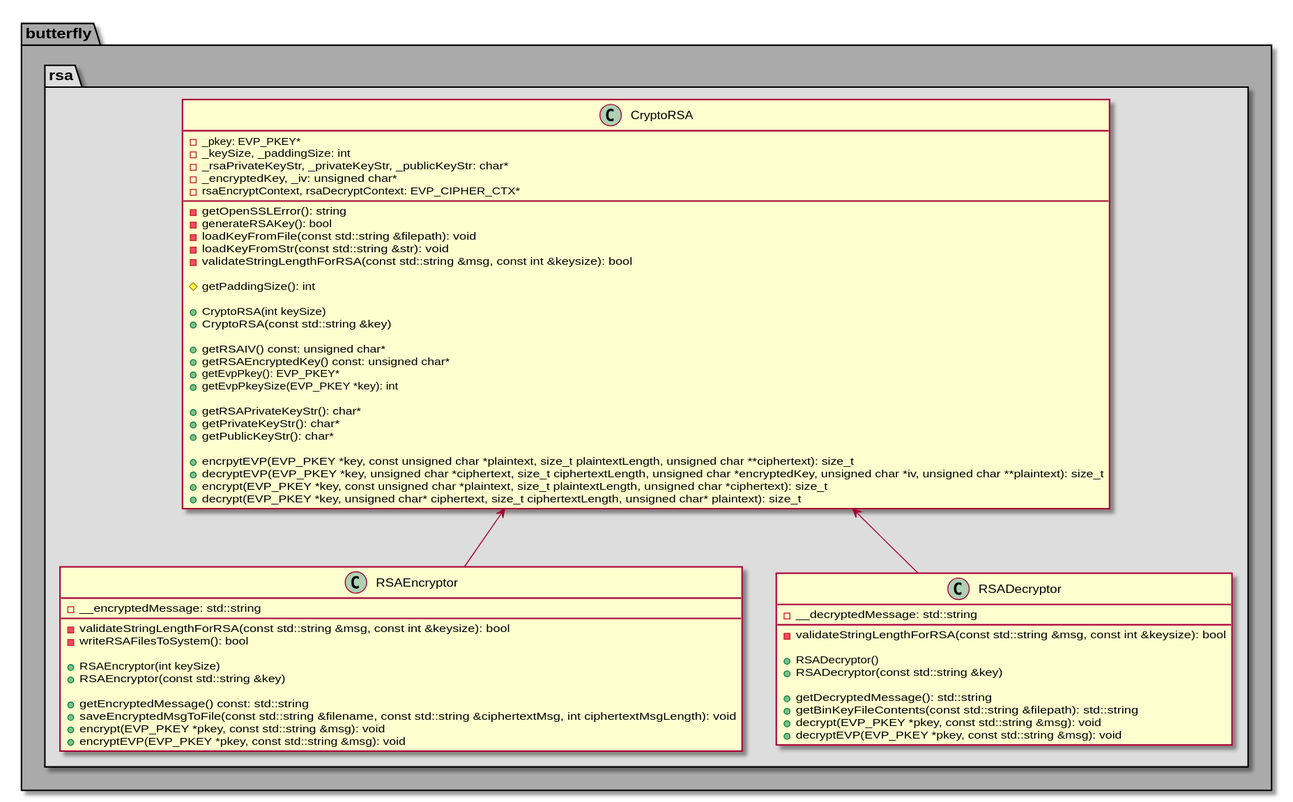
Above: architecture/class_diagrams/crypto/rsa.svg in bierschi/butterfly (PlantUML), before the change.
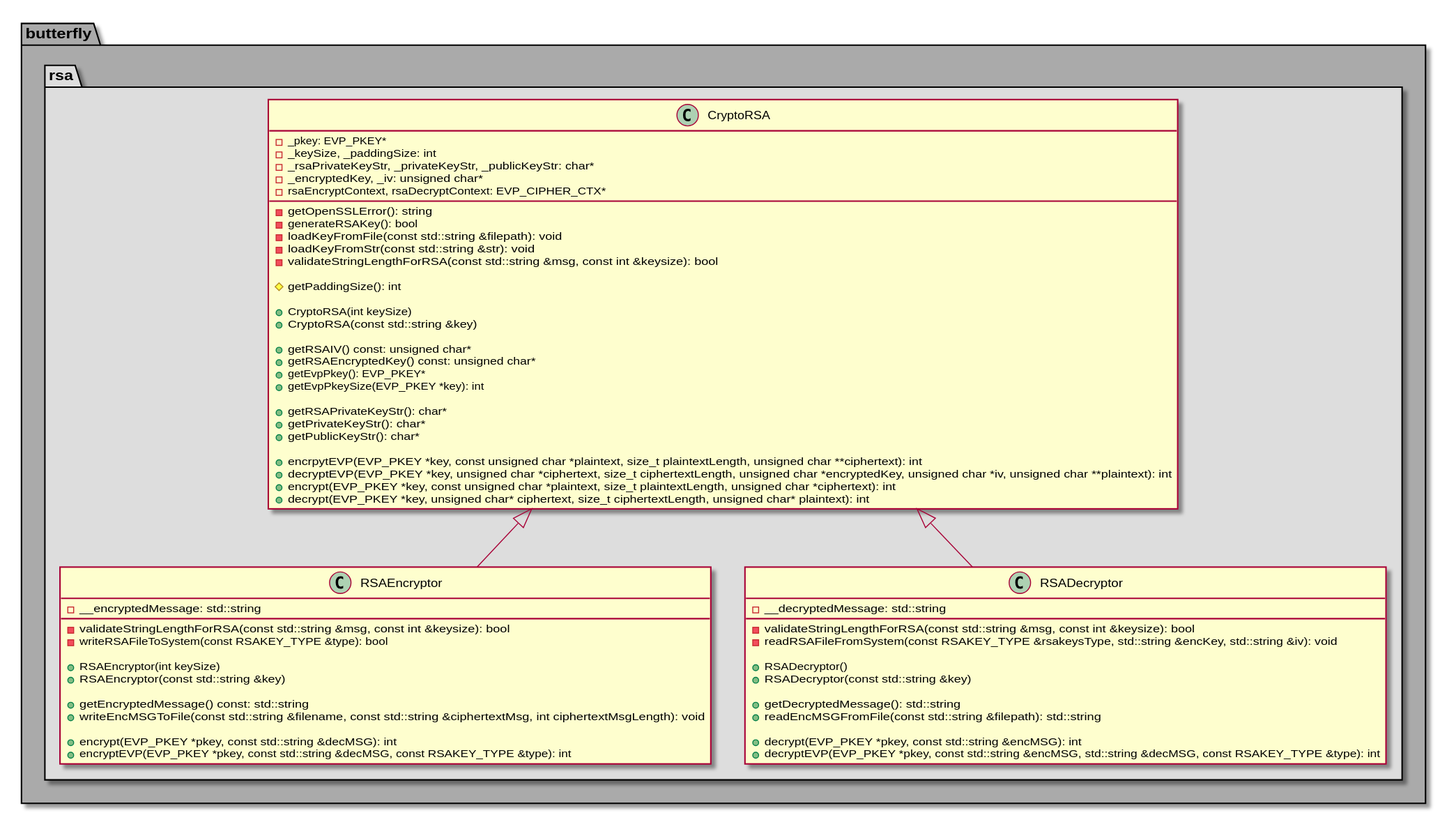
After the commit.

Change to the diagram source:
```diff
@@ -33,10 +33,10 @@
     +getPrivateKeyStr(): char*
     +getPublicKeyStr(): char*
 
-    +encrpytEVP(EVP_PKEY *key, const unsigned char *plaintext, size_t plaintextLength, unsigned char **ciphertext): size_t
-    +decryptEVP(EVP_PKEY *key, unsigned char *ciphertext, size_t ciphertextLength, unsigned char *encryptedKey, unsigned char *iv, unsigned char **plaintext): size_t
-    +encrypt(EVP_PKEY *key, const unsigned char *plaintext, size_t plaintextLength, unsigned char *ciphertext): size_t
-    +decrypt(EVP_PKEY *key, unsigned char* ciphertext, size_t ciphertextLength, unsigned char* plaintext): size_t
+    +encrpytEVP(EVP_PKEY *key, const unsigned char *plaintext, size_t plaintextLength, unsigned char **ciphertext): int
+    +decryptEVP(EVP_PKEY *key, unsigned char *ciphertext, size_t ciphertextLength, unsigned char *encryptedKey, unsigned char *iv, unsigned char **plaintext): int
+    +encrypt(EVP_PKEY *key, const unsigned char *plaintext, size_t plaintextLength, unsigned char *ciphertext): int
+    +decrypt(EVP_PKEY *key, unsigned char* ciphertext, size_t ciphertextLength, unsigned char* plaintext): int
 }
 
 class RSAEncryptor
@@ -44,33 +44,36 @@
     -__encryptedMessage: std::string
 
     -validateStringLengthForRSA(const std::string &msg, const int &keysize): bool
-    -writeRSAFilesToSystem(): bool
+    -writeRSAFileToSystem(const RSAKEY_TYPE &type): bool
 
     +RSAEncryptor(int keySize)
     +RSAEncryptor(const std::string &key)
 
     +getEncryptedMessage() const: std::string
-    +saveEncryptedMsgToFile(const std::string &filename, const std::string &ciphertextMsg, int ciphertextMsgLength): void
-    +encrypt(EVP_PKEY *pkey, const std::string &msg): void
-    +encryptEVP(EVP_PKEY *pkey, const std::string &msg): void
+    +writeEncMSGToFile(const std::string &filename, const std::string &ciphertextMsg, int ciphertextMsgLength): void
+
+    +encrypt(EVP_PKEY *pkey, const std::string &decMSG): int
+    +encryptEVP(EVP_PKEY *pkey, const std::string &decMSG, const RSAKEY_TYPE &type): int
 }
 
 class RSADecryptor
 {
     -__decryptedMessage: std::string
     -validateStringLengthForRSA(const std::string &msg, const int &keysize): bool
+    -readRSAFileFromSystem(const RSAKEY_TYPE &rsakeysType, std::string &encKey, std::string &iv): void
 
     +RSADecryptor()
     +RSADecryptor(const std::string &key)
 
     +getDecryptedMessage(): std::string
-    +getBinKeyFileContents(const std::string &filepath): std::string
-    +decrypt(EVP_PKEY *pkey, const std::string &msg): void
-    +decryptEVP(EVP_PKEY *pkey, const std::string &msg): void
+    +readEncMSGFromFile(const std::string &filepath): std::string
+
+    +decrypt(EVP_PKEY *pkey, const std::string &encMSG): int
+    +decryptEVP(EVP_PKEY *pkey, const std::string &encMSG, std::string &decMSG, const RSAKEY_TYPE &type): int
 }
 
-CryptoRSA <-- RSAEncryptor
-CryptoRSA <-- RSADecryptor
+CryptoRSA <|-- RSAEncryptor
+CryptoRSA <|-- RSADecryptor
 
 }
 
```
